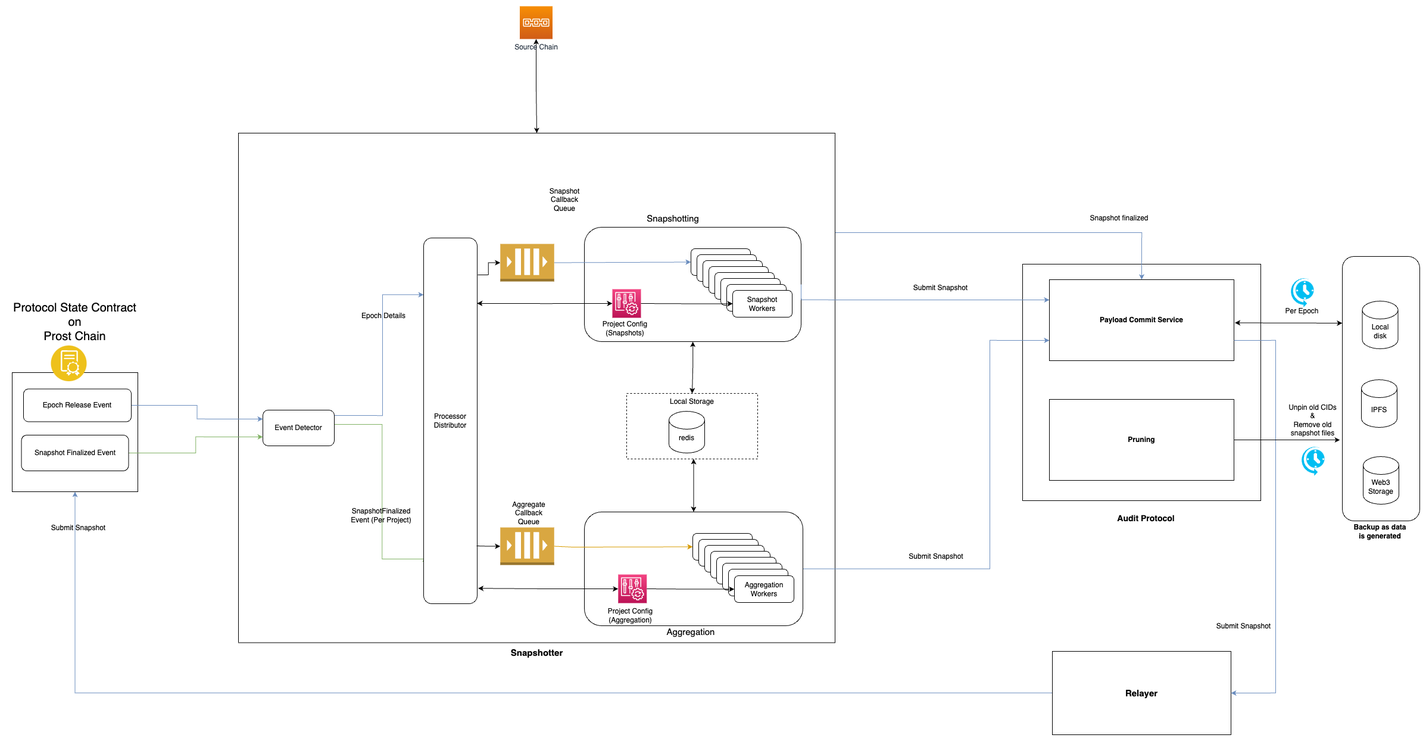
The draw.io diagram docs/images/onchain_architecture.png in PowerLoom/audit-protocol, before a commit. Source tidied: cells renumbered, new cells last; positions are measured from the earlier drawing's top-left corner, leaving out a move shared by most shapes.
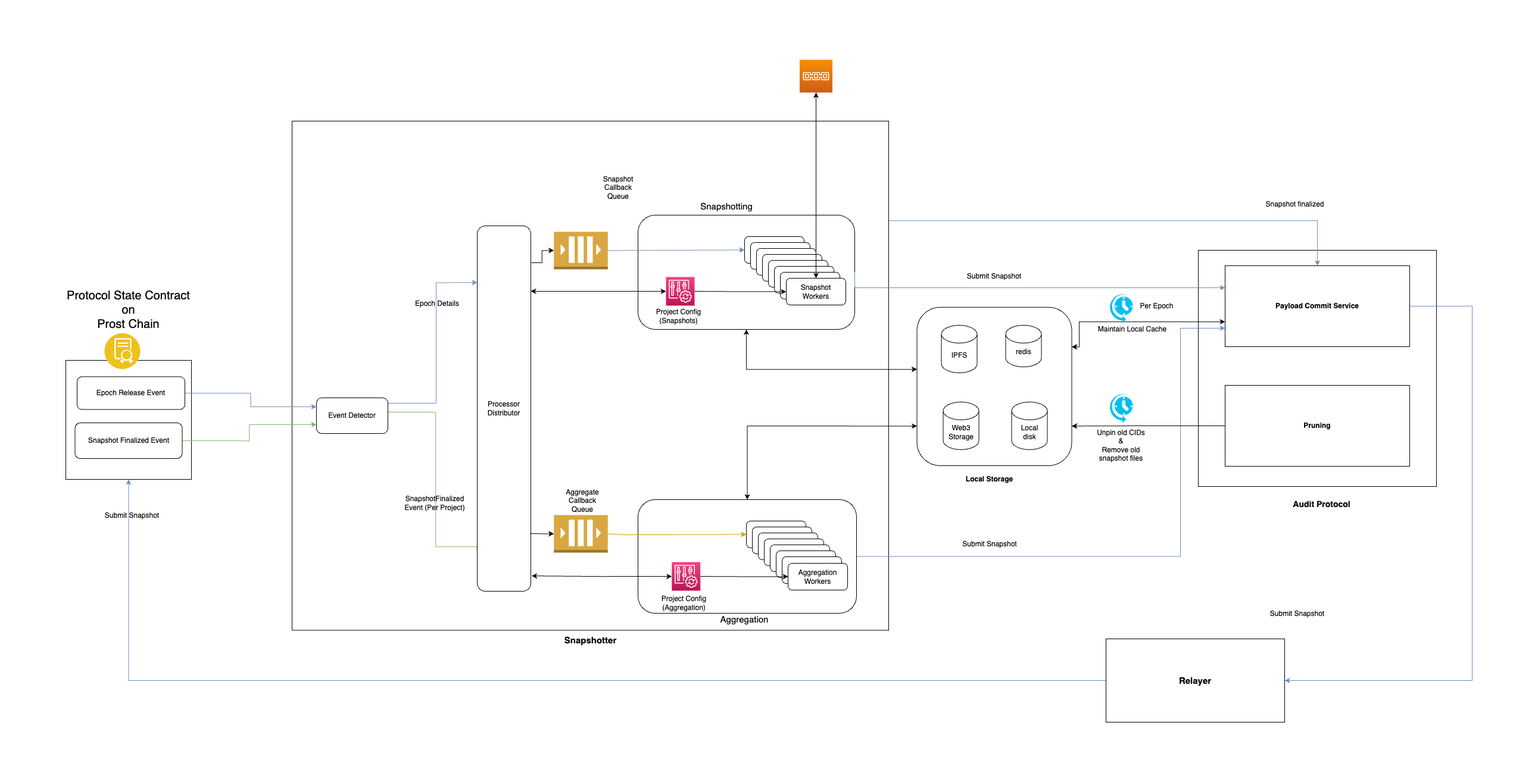
The same diagram one commit later.

Commit message:
doc: updating README as per new architecture and configuration changes

What changed in the source:
```diff
@@ -5,12 +5,12 @@
     <mxCell id="2" style="rounded=0;whiteSpace=wrap;html=1;" parent="1" vertex="1">
-      <mxGeometry x="1707" y="433" width="400" height="397" as="geometry" />
+      <mxGeometry x="1912" y="430" width="400" height="397" as="geometry" />
     </mxCell>
     <mxCell id="3" style="rounded=1;whiteSpace=wrap;html=1;fillColor=none;" parent="1" vertex="1">
-      <mxGeometry x="2244" y="420" width="130" height="444" as="geometry" />
+      <mxGeometry x="1439.5" y="525.8" width="260" height="266.2" as="geometry" />
     </mxCell>
-    <mxCell id="4" style="edgeStyle=orthogonalEdgeStyle;rounded=0;jettySize=auto;html=1;exitX=1.005;exitY=0.533;exitDx=0;exitDy=0;startArrow=classic;startFill=1;exitPerimeter=0;" parent="1" edge="1" source="77">
+    <mxCell id="4" style="edgeStyle=orthogonalEdgeStyle;rounded=0;jettySize=auto;html=1;exitX=1;exitY=0.25;exitDx=0;exitDy=0;startArrow=classic;startFill=1;" parent="1" edge="1" source="3" target="74">
       <mxGeometry relative="1" as="geometry">
-        <mxPoint x="2244" y="532" as="targetPoint" />
         <Array as="points">
-          <mxPoint x="2244" y="532" />
+          <mxPoint x="1712" y="592" />
+          <mxPoint x="1712" y="550" />
         </Array>
@@ -18,3 +18,3 @@
     </mxCell>
-    <mxCell id="5" style="edgeStyle=orthogonalEdgeStyle;rounded=0;jettySize=auto;html=1;exitX=1;exitY=0.25;exitDx=0;exitDy=0;entryX=0.5;entryY=0;entryDx=0;entryDy=0;fillColor=#dae8fc;strokeColor=#6c8ebf;" parent="1" edge="1" source="6" target="77">
+    <mxCell id="5" style="edgeStyle=orthogonalEdgeStyle;rounded=0;jettySize=auto;html=1;exitX=1;exitY=0.25;exitDx=0;exitDy=0;entryX=0.5;entryY=0;entryDx=0;entryDy=0;fillColor=#dae8fc;strokeColor=#6c8ebf;" parent="1" edge="1" source="6" target="74">
       <mxGeometry relative="1" as="geometry">
@@ -22,3 +22,3 @@
           <mxPoint x="1392" y="380" />
-          <mxPoint x="1907" y="380" />
+          <mxPoint x="2112" y="380" />
         </Array>
@@ -42,4 +42,8 @@
     </mxCell>
-    <mxCell id="9" style="edgeStyle=orthogonalEdgeStyle;rounded=0;jettySize=auto;html=1;startArrow=classic;startFill=1;" parent="1" edge="1" source="10" target="65">
-      <mxGeometry relative="1" as="geometry" />
+    <mxCell id="9" style="edgeStyle=orthogonalEdgeStyle;rounded=0;jettySize=auto;html=1;startArrow=classic;startFill=1;exitX=0.5;exitY=1;exitDx=0;exitDy=0;" parent="1" edge="1" source="10" target="3">
+      <mxGeometry relative="1" as="geometry">
+        <Array as="points">
+          <mxPoint x="1153" y="630" />
+        </Array>
+      </mxGeometry>
     </mxCell>
@@ -99,3 +103,3 @@
     </mxCell>
-    <mxCell id="26" style="edgeStyle=orthogonalEdgeStyle;rounded=0;jettySize=auto;html=1;exitX=1;exitY=0.5;exitDx=0;exitDy=0;exitPerimeter=0;entryX=0;entryY=0.5;entryDx=0;entryDy=0;startArrow=none;startFill=0;fillColor=#dae8fc;strokeColor=#6c8ebf;" parent="1" edge="1" source="72" target="25">
+    <mxCell id="26" style="edgeStyle=orthogonalEdgeStyle;rounded=0;jettySize=auto;html=1;exitX=1;exitY=0.5;exitDx=0;exitDy=0;exitPerimeter=0;entryX=0;entryY=0.5;entryDx=0;entryDy=0;startArrow=none;startFill=0;fillColor=#dae8fc;strokeColor=#6c8ebf;" parent="1" edge="1" source="69" target="25">
       <mxGeometry relative="1" as="geometry">
@@ -131,3 +135,3 @@
     </mxCell>
-    <mxCell id="35" style="edgeStyle=orthogonalEdgeStyle;rounded=0;jettySize=auto;html=1;fillColor=#dae8fc;strokeColor=#6C8EBF;exitX=1;exitY=0.5;exitDx=0;exitDy=0;entryX=0;entryY=0.25;entryDx=0;entryDy=0;" parent="1" edge="1" source="10" target="77">
+    <mxCell id="35" style="edgeStyle=orthogonalEdgeStyle;rounded=0;jettySize=auto;html=1;fillColor=#dae8fc;strokeColor=#6C8EBF;exitX=1;exitY=0.5;exitDx=0;exitDy=0;" parent="1" edge="1" source="10" target="74">
       <mxGeometry relative="1" as="geometry">
@@ -138,7 +142,7 @@
     </mxCell>
-    <mxCell id="36" style="edgeStyle=orthogonalEdgeStyle;rounded=0;jettySize=auto;html=1;exitX=1;exitY=0.5;exitDx=0;exitDy=0;entryX=0;entryY=0.75;entryDx=0;entryDy=0;fillColor=#f8cecc;strokeColor=#6C8EBF;" parent="1" edge="1" source="41" target="77">
+    <mxCell id="36" style="edgeStyle=orthogonalEdgeStyle;rounded=0;jettySize=auto;html=1;exitX=1;exitY=0.5;exitDx=0;exitDy=0;fillColor=#f8cecc;strokeColor=#6C8EBF;" parent="1" edge="1" source="41" target="74">
       <mxGeometry relative="1" as="geometry">
         <Array as="points">
-          <mxPoint x="1652" y="945" />
-          <mxPoint x="1652" y="561" />
+          <mxPoint x="1882" y="944" />
+          <mxPoint x="1882" y="561" />
         </Array>
@@ -155,6 +159,4 @@
     </mxCell>
-    <mxCell id="40" style="edgeStyle=orthogonalEdgeStyle;rounded=0;jettySize=auto;html=1;exitX=0.5;exitY=0;exitDx=0;exitDy=0;startArrow=classic;startFill=1;" parent="1" edge="1" source="41">
-      <mxGeometry relative="1" as="geometry">
-        <mxPoint x="1154.4" y="760" as="targetPoint" />
-      </mxGeometry>
+    <mxCell id="40" style="edgeStyle=orthogonalEdgeStyle;rounded=0;jettySize=auto;html=1;exitX=0.5;exitY=0;exitDx=0;exitDy=0;startArrow=classic;startFill=1;entryX=0;entryY=0.75;entryDx=0;entryDy=0;" parent="1" edge="1" source="41" target="3">
+      <mxGeometry relative="1" as="geometry" />
     </mxCell>
@@ -178,3 +180,3 @@
     </mxCell>
-    <mxCell id="47" style="edgeStyle=orthogonalEdgeStyle;rounded=0;jettySize=auto;html=1;exitX=1;exitY=0.5;exitDx=0;exitDy=0;exitPerimeter=0;entryX=0;entryY=0.5;entryDx=0;entryDy=0;startArrow=none;startFill=0;fillColor=#ffe6cc;strokeColor=#d79b00;" parent="1" edge="1" source="74" target="46">
+    <mxCell id="47" style="edgeStyle=orthogonalEdgeStyle;rounded=0;jettySize=auto;html=1;exitX=1;exitY=0.5;exitDx=0;exitDy=0;exitPerimeter=0;entryX=0;entryY=0.5;entryDx=0;entryDy=0;startArrow=none;startFill=0;fillColor=#ffe6cc;strokeColor=#d79b00;" parent="1" edge="1" source="71" target="46">
       <mxGeometry relative="1" as="geometry">
@@ -229,84 +231,81 @@
     <mxCell id="62" value="IPFS" style="shape=cylinder3;whiteSpace=wrap;html=1;boundedLbl=1;backgroundOutline=1;size=15;" parent="1" vertex="1">
-      <mxGeometry x="2276" y="627" width="60" height="80" as="geometry" />
+      <mxGeometry x="1480.5" y="556" width="60" height="80" as="geometry" />
     </mxCell>
     <mxCell id="63" value="Web3 Storage" style="shape=cylinder3;whiteSpace=wrap;html=1;boundedLbl=1;backgroundOutline=1;size=15;" parent="1" vertex="1">
-      <mxGeometry x="2279" y="756" width="60" height="80" as="geometry" />
+      <mxGeometry x="1483.5" y="685" width="60" height="80" as="geometry" />
     </mxCell>
-    <mxCell id="64" style="group;" parent="1" vertex="1">
-      <mxGeometry x="1042" y="650" width="220" height="110" as="geometry" />
+    <mxCell id="64" style="edgeStyle=orthogonalEdgeStyle;rounded=0;jettySize=auto;html=1;startArrow=classic;startFill=1;" parent="1" edge="1" source="65" target="34">
+      <mxGeometry relative="1" as="geometry" />
     </mxCell>
-    <mxCell id="65" value="Local Storage" style="rounded=0;whiteSpace=wrap;html=1;verticalAlign=top;dashed=1;" parent="64" vertex="1">
-      <mxGeometry width="220" height="110" as="geometry" />
+    <mxCell id="65" style="sketch=0;points=[[0,0,0],[0.25,0,0],[0.5,0,0],[0.75,0,0],[1,0,0],[0,1,0],[0.25,1,0],[0.5,1,0],[0.75,1,0],[1,1,0],[0,0.25,0],[0,0.5,0],[0,0.75,0],[1,0.25,0],[1,0.5,0],[1,0.75,0]];outlineConnect=0;fontColor=#232F3E;gradientColor=#F78E04;gradientDirection=north;fillColor=#D05C17;strokeColor=#ffffff;dashed=0;verticalLabelPosition=bottom;verticalAlign=top;align=center;html=1;fontSize=12;fontStyle=0;shape=mxgraph.aws4.resourceIcon;resIcon=mxgraph.aws4.blockchain;" parent="1" vertex="1">
+      <mxGeometry x="1242.5" y="110" width="55" height="55" as="geometry" />
     </mxCell>
-    <mxCell id="66" value="redis" style="shape=cylinder3;whiteSpace=wrap;html=1;boundedLbl=1;backgroundOutline=1;size=15;" parent="64" vertex="1">
-      <mxGeometry x="71" y="30" width="60" height="70" as="geometry" />
+    <mxCell id="66" style="verticalLabelPosition=bottom;html=1;verticalAlign=top;align=center;strokeColor=none;fillColor=#00BEF2;shape=mxgraph.azure.scheduler;" parent="1" vertex="1">
+      <mxGeometry x="1762" y="502" width="40" height="50" as="geometry" />
     </mxCell>
-    <mxCell id="67" style="edgeStyle=orthogonalEdgeStyle;rounded=0;jettySize=auto;html=1;entryX=0.5;entryY=0;entryDx=0;entryDy=0;startArrow=classic;startFill=1;" parent="1" edge="1" source="68" target="6">
-      <mxGeometry relative="1" as="geometry" />
+    <mxCell id="67" value="&lt;b&gt;Local Storage&lt;br&gt;&lt;/b&gt;" style="text;html=1;strokeColor=none;fillColor=none;align=center;verticalAlign=middle;whiteSpace=wrap;rounded=0;" parent="1" vertex="1">
+      <mxGeometry x="1513.5" y="800" width="97" height="30" as="geometry" />
     </mxCell>
-    <mxCell id="68" value="Source Chain" style="sketch=0;points=[[0,0,0],[0.25,0,0],[0.5,0,0],[0.75,0,0],[1,0,0],[0,1,0],[0.25,1,0],[0.5,1,0],[0.75,1,0],[1,1,0],[0,0.25,0],[0,0.5,0],[0,0.75,0],[1,0.25,0],[1,0.5,0],[1,0.75,0]];outlineConnect=0;fontColor=#232F3E;gradientColor=#F78E04;gradientDirection=north;fillColor=#D05C17;strokeColor=#ffffff;dashed=0;verticalLabelPosition=bottom;verticalAlign=top;align=center;html=1;fontSize=12;fontStyle=0;shape=mxgraph.aws4.resourceIcon;resIcon=mxgraph.aws4.blockchain;" parent="1" vertex="1">
-      <mxGeometry x="862.5" width="55" height="55" as="geometry" />
+    <mxCell id="68" style="edgeStyle=orthogonalEdgeStyle;rounded=0;jettySize=auto;html=1;entryX=1.011;entryY=0.101;entryDx=0;entryDy=0;entryPerimeter=0;startArrow=classic;startFill=1;endArrow=none;endFill=0;" parent="1" edge="1" source="69" target="21">
+      <mxGeometry relative="1" as="geometry" />
     </mxCell>
-    <mxCell id="69" style="verticalLabelPosition=bottom;html=1;verticalAlign=top;align=center;strokeColor=none;fillColor=#00BEF2;shape=mxgraph.azure.scheduler;" parent="1" vertex="1">
-      <mxGeometry x="2156" y="455" width="40" height="50" as="geometry" />
+    <mxCell id="69" style="outlineConnect=0;dashed=0;verticalLabelPosition=bottom;verticalAlign=top;align=center;html=1;shape=mxgraph.aws3.queue;fillColor=#D9A741;gradientColor=none;direction=east;" parent="1" vertex="1">
+      <mxGeometry x="829.8" y="399" width="90.5" height="63" as="geometry" />
     </mxCell>
-    <mxCell id="70" value="&lt;b&gt;Backup as data is generated&lt;/b&gt;" style="text;html=1;strokeColor=none;fillColor=none;align=center;verticalAlign=middle;whiteSpace=wrap;rounded=0;" parent="1" vertex="1">
-      <mxGeometry x="2259" y="867" width="97" height="30" as="geometry" />
+    <mxCell id="70" style="edgeStyle=orthogonalEdgeStyle;rounded=0;jettySize=auto;html=1;entryX=0.989;entryY=0.842;entryDx=0;entryDy=0;entryPerimeter=0;startArrow=classic;startFill=1;endArrow=none;endFill=0;" parent="1" edge="1" source="71" target="21">
+      <mxGeometry relative="1" as="geometry" />
     </mxCell>
-    <mxCell id="71" style="edgeStyle=orthogonalEdgeStyle;rounded=0;jettySize=auto;html=1;entryX=1.011;entryY=0.101;entryDx=0;entryDy=0;entryPerimeter=0;startArrow=classic;startFill=1;endArrow=none;endFill=0;" parent="1" edge="1" source="72" target="21">
-      <mxGeometry relative="1" as="geometry" />
+    <mxCell id="71" style="outlineConnect=0;dashed=0;verticalLabelPosition=bottom;verticalAlign=top;align=center;html=1;shape=mxgraph.aws3.queue;fillColor=#D9A741;gradientColor=none;direction=east;" parent="1" vertex="1">
+      <mxGeometry x="829.8" y="875" width="90.5" height="63" as="geometry" />
     </mxCell>
-    <mxCell id="72" style="outlineConnect=0;dashed=0;verticalLabelPosition=bottom;verticalAlign=top;align=center;html=1;shape=mxgraph.aws3.queue;fillColor=#D9A741;gradientColor=none;direction=east;" parent="1" vertex="1">
-      <mxGeometry x="829.8" y="399" width="90.5" height="63" as="geometry" />
+    <mxCell id="72" value="&lt;div&gt;Snapshot&lt;/div&gt;&lt;div&gt;Callback&lt;/div&gt;&lt;div&gt;Queue&lt;br&gt;&lt;/div&gt;" style="text;html=1;strokeColor=none;fillColor=none;align=center;verticalAlign=middle;whiteSpace=wrap;rounded=0;" parent="1" vertex="1">
+      <mxGeometry x="907.5" y="310" width="60" height="30" as="geometry" />
     </mxCell>
-    <mxCell id="73" style="edgeStyle=orthogonalEdgeStyle;rounded=0;jettySize=auto;html=1;entryX=0.989;entryY=0.842;entryDx=0;entryDy=0;entryPerimeter=0;startArrow=classic;startFill=1;endArrow=none;endFill=0;" parent="1" edge="1" source="74" target="21">
-      <mxGeometry relative="1" as="geometry" />
+    <mxCell id="73" value="&lt;div&gt;Aggregate&lt;/div&gt;&lt;div&gt;Callback Queue&lt;/div&gt;" style="text;html=1;strokeColor=none;fillColor=none;align=center;verticalAlign=middle;whiteSpace=wrap;rounded=0;" parent="1" vertex="1">
+      <mxGeometry x="847.5" y="836" width="60" height="30" as="geometry" />
     </mxCell>
-    <mxCell id="74" style="outlineConnect=0;dashed=0;verticalLabelPosition=bottom;verticalAlign=top;align=center;html=1;shape=mxgraph.aws3.queue;fillColor=#D9A741;gradientColor=none;direction=east;" parent="1" vertex="1">
-      <mxGeometry x="829.8" y="875" width="90.5" height="63" as="geometry" />
+    <mxCell id="74" value="&lt;b&gt;Payload Commit Service&lt;br&gt;&lt;/b&gt;" style="rounded=0;whiteSpace=wrap;html=1;" parent="1" vertex="1">
+      <mxGeometry x="1957" y="456" width="310" height="136" as="geometry" />
     </mxCell>
-    <mxCell id="75" value="&lt;div&gt;Snapshot&lt;/div&gt;&lt;div&gt;Callback&lt;/div&gt;&lt;div&gt;Queue&lt;br&gt;&lt;/div&gt;" style="text;html=1;strokeColor=none;fillColor=none;align=center;verticalAlign=middle;whiteSpace=wrap;rounded=0;" parent="1" vertex="1">
-      <mxGeometry x="907.5" y="310" width="60" height="30" as="geometry" />
+    <mxCell id="75" style="edgeStyle=orthogonalEdgeStyle;rounded=0;jettySize=auto;html=1;fillColor=#dae8fc;strokeColor=#6c8ebf;exitX=1;exitY=0.5;exitDx=0;exitDy=0;entryX=1;entryY=0.5;entryDx=0;entryDy=0;" parent="1" edge="1" source="74" target="38">
+      <mxGeometry relative="1" as="geometry">
+        <Array as="points">
+          <mxPoint x="2372" y="524" />
+          <mxPoint x="2372" y="1153" />
+        </Array>
+      </mxGeometry>
     </mxCell>
-    <mxCell id="76" value="&lt;div&gt;Aggregate&lt;/div&gt;&lt;div&gt;Callback Queue&lt;/div&gt;" style="text;html=1;strokeColor=none;fillColor=none;align=center;verticalAlign=middle;whiteSpace=wrap;rounded=0;" parent="1" vertex="1">
-      <mxGeometry x="847.5" y="836" width="60" height="30" as="geometry" />
+    <mxCell id="76" value="Submit Snapshot" style="text;html=1;strokeColor=none;fillColor=none;align=center;verticalAlign=middle;whiteSpace=wrap;rounded=0;" parent="1" vertex="1">
+      <mxGeometry x="2021" y="1026" width="115" height="30" as="geometry" />
     </mxCell>
-    <mxCell id="77" value="&lt;b&gt;Payload Commit Service&lt;br&gt;&lt;/b&gt;" style="rounded=0;whiteSpace=wrap;html=1;" parent="1" vertex="1">
-      <mxGeometry x="1752" y="459" width="310" height="136" as="geometry" />
+    <mxCell id="77" value="Per Epoch" style="text;html=1;align=center;verticalAlign=middle;points=[];strokeColor=none;fillColor=none;" parent="1" vertex="1">
+      <mxGeometry x="1802" y="509" width="80" height="30" as="geometry" />
     </mxCell>
-    <mxCell id="78" style="edgeStyle=orthogonalEdgeStyle;rounded=0;jettySize=auto;html=1;fillColor=#dae8fc;strokeColor=#6c8ebf;exitX=1;exitY=0.75;exitDx=0;exitDy=0;entryX=1;entryY=0.5;entryDx=0;entryDy=0;" parent="1" edge="1" source="77" target="38">
-      <mxGeometry relative="1" as="geometry">
-        <Array as="points">
-          <mxPoint x="2132" y="561" />
-          <mxPoint x="2132" y="1153" />
-        </Array>
-      </mxGeometry>
+    <mxCell id="78" value="Snapshot finalized" style="text;html=1;strokeColor=none;fillColor=none;align=center;verticalAlign=middle;whiteSpace=wrap;rounded=0;" parent="1" vertex="1">
+      <mxGeometry x="2017" y="338" width="115" height="30" as="geometry" />
     </mxCell>
-    <mxCell id="79" value="Submit Snapshot" style="text;html=1;strokeColor=none;fillColor=none;align=center;verticalAlign=middle;whiteSpace=wrap;rounded=0;" parent="1" vertex="1">
-      <mxGeometry x="2021" y="1026" width="115" height="30" as="geometry" />
+    <mxCell id="79" value="Local&lt;br&gt;disk" style="shape=cylinder3;whiteSpace=wrap;html=1;boundedLbl=1;backgroundOutline=1;size=15;" parent="1" vertex="1">
+      <mxGeometry x="1598.5" y="685" width="60" height="80" as="geometry" />
     </mxCell>
-    <mxCell id="80" value="Per Epoch" style="text;html=1;align=center;verticalAlign=middle;strokeColor=none;fillColor=none;" parent="1" vertex="1">
-      <mxGeometry x="2136" y="497" width="80" height="30" as="geometry" />
+    <mxCell id="80" style="edgeStyle=orthogonalEdgeStyle;rounded=0;jettySize=auto;html=1;entryX=1;entryY=0.75;entryDx=0;entryDy=0;" parent="1" edge="1" source="81" target="3">
+      <mxGeometry relative="1" as="geometry" />
     </mxCell>
-    <mxCell id="81" value="Snapshot finalized" style="text;html=1;strokeColor=none;fillColor=none;align=center;verticalAlign=middle;whiteSpace=wrap;rounded=0;" parent="1" vertex="1">
-      <mxGeometry x="1812" y="341" width="115" height="30" as="geometry" />
+    <mxCell id="81" value="&lt;b&gt;Pruning&lt;br&gt;&lt;/b&gt;" style="rounded=0;whiteSpace=wrap;html=1;" parent="1" vertex="1">
+      <mxGeometry x="1957" y="657" width="310" height="136" as="geometry" />
     </mxCell>
-    <mxCell id="82" value="Local&lt;br&gt;disk" style="shape=cylinder3;whiteSpace=wrap;html=1;boundedLbl=1;backgroundOutline=1;size=15;" parent="1" vertex="1">
-      <mxGeometry x="2277.5" y="495" width="60" height="80" as="geometry" />
+    <mxCell id="82" value="&lt;b&gt;&lt;font style=&quot;font-size: 14px;&quot;&gt;Audit Protocol&lt;/font&gt;&lt;/b&gt;" style="text;html=1;align=center;verticalAlign=middle;strokeColor=none;fillColor=none;" parent="1" vertex="1">
+      <mxGeometry x="2058.5" y="842" width="120" height="30" as="geometry" />
     </mxCell>
-    <mxCell id="83" style="edgeStyle=orthogonalEdgeStyle;rounded=0;jettySize=auto;html=1;entryX=-0.03;entryY=0.694;entryDx=0;entryDy=0;entryPerimeter=0;" parent="1" edge="1" source="84" target="3">
-      <mxGeometry relative="1" as="geometry" />
+    <mxCell id="83" style="verticalLabelPosition=bottom;html=1;verticalAlign=top;align=center;strokeColor=none;fillColor=#00BEF2;shape=mxgraph.azure.scheduler;" parent="1" vertex="1">
+      <mxGeometry x="1762" y="670" width="40" height="50" as="geometry" />
     </mxCell>
-    <mxCell id="84" value="&lt;b&gt;Pruning&lt;br&gt;&lt;/b&gt;" style="rounded=0;whiteSpace=wrap;html=1;" parent="1" vertex="1">
-      <mxGeometry x="1752" y="660" width="310" height="136" as="geometry" />
+    <mxCell id="84" value="Unpin old CIDs&lt;br&gt;&amp;amp;&lt;br&gt;Remove old&lt;br&gt;snapshot files" style="text;html=1;align=center;verticalAlign=middle;points=[];strokeColor=none;fillColor=none;" parent="1" vertex="1">
+      <mxGeometry x="1732" y="723" width="100" height="70" as="geometry" />
     </mxCell>
-    <mxCell id="85" value="&lt;b&gt;&lt;font style=&quot;font-size: 14px;&quot;&gt;Audit Protocol&lt;/font&gt;&lt;/b&gt;" style="text;html=1;align=center;verticalAlign=middle;strokeColor=none;fillColor=none;" parent="1" vertex="1">
-      <mxGeometry x="1853.5" y="845" width="120" height="30" as="geometry" />
+    <mxCell id="85" value="redis" style="shape=cylinder3;whiteSpace=wrap;html=1;boundedLbl=1;backgroundOutline=1;size=15;" parent="1" vertex="1">
+      <mxGeometry x="1588.5" y="556" width="60" height="70" as="geometry" />
     </mxCell>
-    <mxCell id="86" style="verticalLabelPosition=bottom;html=1;verticalAlign=top;align=center;strokeColor=none;fillColor=#00BEF2;shape=mxgraph.azure.scheduler;" parent="1" vertex="1">
-      <mxGeometry x="2174" y="738" width="40" height="50" as="geometry" />
+    <mxCell id="86" value="Maintain Local Cache" style="text;html=1;align=center;verticalAlign=middle;strokeColor=none;fillColor=none;" parent="1" vertex="1">
+      <mxGeometry x="1731" y="548" width="140" height="30" as="geometry" />
     </mxCell>
-    <mxCell id="87" value="Unpin old CIDs&lt;br&gt;&amp;amp;&lt;br&gt;Remove old&lt;br&gt;snapshot files" style="text;html=1;align=center;verticalAlign=middle;strokeColor=none;fillColor=none;" parent="1" vertex="1">
-      <mxGeometry x="2144" y="660" width="100" height="70" as="geometry" />
-    </mxCell>
   </root>
```
